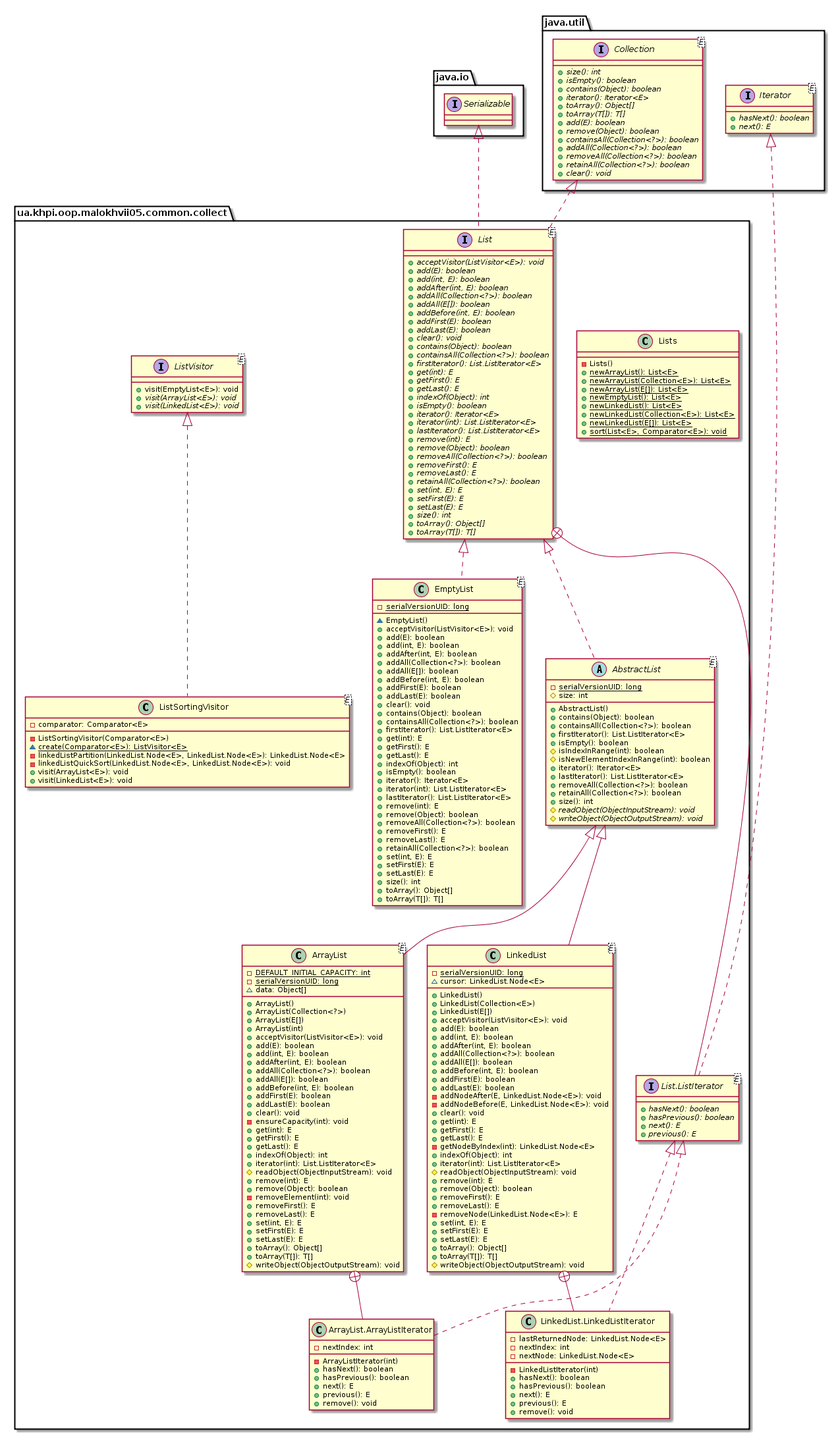
The PlantUML diagram malokhvii-eduard/malokhvii05/doc/plantuml/png/ua.khpi.oop.malokhvii05.common.collect.package.png in P-Kalin/kit26a, before a commit.
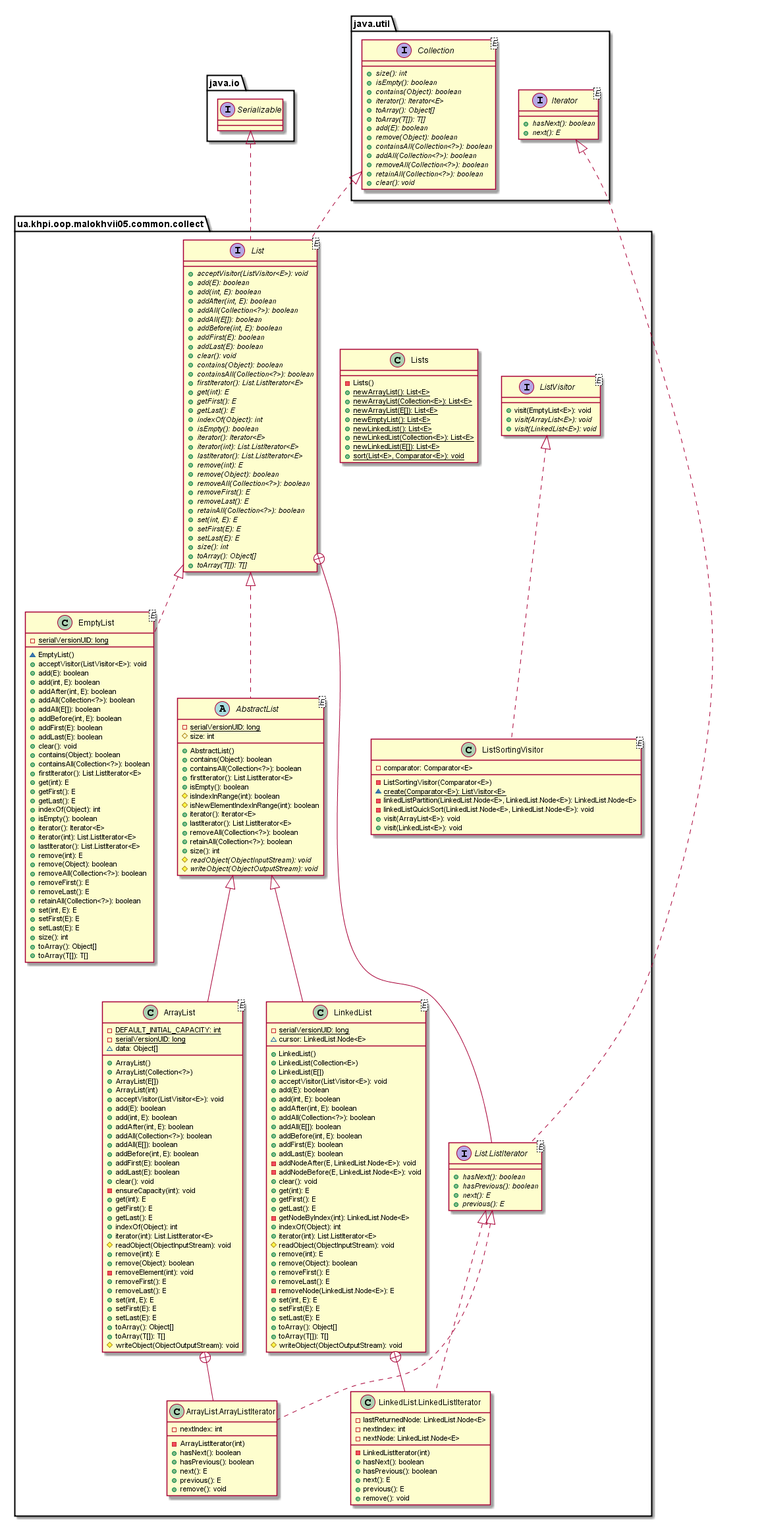
After the change.

What changed in the source:
```diff
@@ -1,6 +1,127 @@
 @startuml
 
     namespace ua.khpi.oop.malokhvii05.common.collect {
+
+        interface ListVisitor<E> {
+            +visit(EmptyList<E>): void
+            {abstract} +visit(ArrayList<E>): void
+            {abstract} +visit(LinkedList<E>): void
+        }
+
+        class ListSortingVisitor<E> {
+            -comparator: Comparator<E>
+            -ListSortingVisitor(Comparator<E>)
+            {static} ~create(Comparator<E>): ListVisitor<E>
+            -linkedListPartition(LinkedList.Node<E>, LinkedList.Node<E>): LinkedList.Node<E>
+            -linkedListQuickSort(LinkedList.Node<E>, LinkedList.Node<E>): void
+            +visit(ArrayList<E>): void
+            +visit(LinkedList<E>): void
+        }
+
+        class Lists {
+            -Lists()
+            {static} +newArrayList(): List<E>
+            {static} +newArrayList(Collection<E>): List<E>
+            {static} +newArrayList(E[]): List<E>
+            {static} +newEmptyList(): List<E>
+            {static} +newLinkedList(): List<E>
+            {static} +newLinkedList(Collection<E>): List<E>
+            {static} +newLinkedList(E[]): List<E>
+            {static} +sort(List<E>, Comparator<E>): void
+        }
+
+        interface List<E> {
+            {abstract} +acceptVisitor(ListVisitor<E>): void
+            {abstract} +add(E): boolean
+            {abstract} +add(int, E): boolean
+            {abstract} +addAfter(int, E): boolean
+            {abstract} +addAll(Collection<?>): boolean
+            {abstract} +addAll(E[]): boolean
+            {abstract} +addBefore(int, E): boolean
+            {abstract} +addFirst(E): boolean
+            {abstract} +addLast(E): boolean
+            {abstract} +clear(): void
+            {abstract} +contains(Object): boolean
+            {abstract} +containsAll(Collection<?>): boolean
+            {abstract} +firstIterator(): List.ListIterator<E>
+            {abstract} +get(int): E
+            {abstract} +getFirst(): E
+            {abstract} +getLast(): E
+            {abstract} +indexOf(Object): int
+            {abstract} +isEmpty(): boolean
+            {abstract} +iterator(): Iterator<E>
+            {abstract} +iterator(int): List.ListIterator<E>
+            {abstract} +lastIterator(): List.ListIterator<E>
+            {abstract} +remove(int): E
+            {abstract} +remove(Object): boolean
+            {abstract} +removeAll(Collection<?>): boolean
+            {abstract} +removeFirst(): E
+            {abstract} +removeLast(): E
+            {abstract} +retainAll(Collection<?>): boolean
+            {abstract} +set(int, E): E
+            {abstract} +setFirst(E): E
+            {abstract} +setLast(E): E
+            {abstract} +size(): int
+            {abstract} +toArray(): Object[]
+            {abstract} +toArray(T[]): T[]
+        }
+
+        interface ua.khpi.oop.malokhvii05.common.collect.List.ListIterator<E> {
+            {abstract} +hasNext(): boolean
+            {abstract} +hasPrevious(): boolean
+            {abstract} +next(): E
+            {abstract} +previous(): E
+        }
+
+        class LinkedList<E> {
+            {static} -serialVersionUID: long
+            ~cursor: LinkedList.Node<E>
+            +LinkedList()
+            +LinkedList(Collection<E>)
+            +LinkedList(E[])
+            +acceptVisitor(ListVisitor<E>): void
+            +add(E): boolean
+            +add(int, E): boolean
+            +addAfter(int, E): boolean
+            +addAll(Collection<?>): boolean
+            +addAll(E[]): boolean
+            +addBefore(int, E): boolean
+            +addFirst(E): boolean
+            +addLast(E): boolean
+            -addNodeAfter(E, LinkedList.Node<E>): void
+            -addNodeBefore(E, LinkedList.Node<E>): void
+            +clear(): void
+            +get(int): E
+            +getFirst(): E
+            +getLast(): E
+            -getNodeByIndex(int): LinkedList.Node<E>
+            +indexOf(Object): int
+            +iterator(int): List.ListIterator<E>
+            #readObject(ObjectInputStream): void
+            +remove(int): E
+            +remove(Object): boolean
+            +removeFirst(): E
+            +removeLast(): E
+            -removeNode(LinkedList.Node<E>): E
+            +set(int, E): E
+            +setFirst(E): E
+            +setLast(E): E
+            +toArray(): Object[]
+            +toArray(T[]): T[]
+            #writeObject(ObjectOutputStream): void
+        }
+
+        class ua.khpi.oop.malokhvii05.common.collect.LinkedList.LinkedListIterator {
+            -lastReturnedNode: LinkedList.Node<E>
+            -nextIndex: int
+            -nextNode: LinkedList.Node<E>
+            -LinkedListIterator(int)
+            +hasNext(): boolean
+            +hasPrevious(): boolean
+            +next(): E
+            +previous(): E
+            +remove(): void
+        }
 
         class EmptyList<E> {
             {static} -serialVersionUID: long
@@ -107,143 +228,6 @@
             {abstract} #writeObject(ObjectOutputStream): void
         }
 
-        class Lists {
-            -Lists()
-            {static} +newArrayList(): List<E>
-            {static} +newArrayList(Collection<E>): List<E>
-            {static} +newArrayList(E[]): List<E>
-            {static} +newEmptyList(): List<E>
-            {static} +newLinkedList(): List<E>
-            {static} +newLinkedList(Collection<E>): List<E>
-            {static} +newLinkedList(E[]): List<E>
-            {static} +sort(List<E>, Comparator<E>): void
-        }
-
-        class LinkedList<E> {
-            {static} -serialVersionUID: long
-            ~cursor: LinkedList.Node<E>
-            +LinkedList()
-            +LinkedList(Collection<E>)
-            +LinkedList(E[])
-            +acceptVisitor(ListVisitor<E>): void
-            +add(E): boolean
-            +add(int, E): boolean
-            +addAfter(int, E): boolean
-            +addAll(Collection<?>): boolean
-            +addAll(E[]): boolean
-            +addBefore(int, E): boolean
-            +addFirst(E): boolean
-            +addLast(E): boolean
-            -addNodeAfter(E, LinkedList.Node<E>): void
-            -addNodeBefore(E, LinkedList.Node<E>): void
-            +clear(): void
-            +get(int): E
-            +getFirst(): E
-            +getLast(): E
-            -getNodeByIndex(int): LinkedList.Node<E>
-            +indexOf(Object): int
-            +iterator(int): List.ListIterator<E>
-            #readObject(ObjectInputStream): void
-            +remove(int): E
-            +remove(Object): boolean
-            +removeFirst(): E
-            +removeLast(): E
-            -removeNode(LinkedList.Node<E>): E
-            +set(int, E): E
-            +setFirst(E): E
-            +setLast(E): E
-            +toArray(): Object[]
-            +toArray(T[]): T[]
-            #writeObject(ObjectOutputStream): void
-        }
-
-        class ua.khpi.oop.malokhvii05.common.collect.LinkedList.LinkedListIterator {
-            -lastReturnedNode: LinkedList.Node<E>
-            -nextIndex: int
-            -nextNode: LinkedList.Node<E>
-            -LinkedListIterator(int)
-            +hasNext(): boolean
-            +hasPrevious(): boolean
-            +next(): E
-            +previous(): E
-            +remove(): void
-        }
-
-        class ListSortingVisitor<E> {
-            -comparator: Comparator<E>
-            -ListSortingVisitor(Comparator<E>)
-            {static} ~create(Comparator<E>): ListVisitor<E>
-            -linkedListPartition(LinkedList.Node<E>, LinkedList.Node<E>): LinkedList.Node<E>
-            -linkedListQuickSort(LinkedList.Node<E>, LinkedList.Node<E>): void
-            +visit(ArrayList<E>): void
-            +visit(LinkedList<E>): void
-        }
-
-        interface List<E> {
-            {abstract} +acceptVisitor(ListVisitor<E>): void
-            {abstract} +add(E): boolean
-            {abstract} +add(int, E): boolean
-            {abstract} +addAfter(int, E): boolean
-            {abstract} +addAll(Collection<?>): boolean
-            {abstract} +addAll(E[]): boolean
-            {abstract} +addBefore(int, E): boolean
-            {abstract} +addFirst(E): boolean
-            {abstract} +addLast(E): boolean
-            {abstract} +clear(): void
-            {abstract} +contains(Object): boolean
-            {abstract} +containsAll(Collection<?>): boolean
-            {abstract} +firstIterator(): List.ListIterator<E>
-            {abstract} +get(int): E
-            {abstract} +getFirst(): E
-            {abstract} +getLast(): E
-            {abstract} +indexOf(Object): int
-            {abstract} +isEmpty(): boolean
-            {abstract} +iterator(): Iterator<E>
-            {abstract} +iterator(int): List.ListIterator<E>
-            {abstract} +lastIterator(): List.ListIterator<E>
-            {abstract} +remove(int): E
-            {abstract} +remove(Object): boolean
-            {abstract} +removeAll(Collection<?>): boolean
-            {abstract} +removeFirst(): E
-            {abstract} +removeLast(): E
-            {abstract} +retainAll(Collection<?>): boolean
-            {abstract} +set(int, E): E
-            {abstract} +setFirst(E): E
-            {abstract} +setLast(E): E
-            {abstract} +size(): int
-            {abstract} +toArray(): Object[]
-            {abstract} +toArray(T[]): T[]
-        }
-
-        interface ua.khpi.oop.malokhvii05.common.collect.List.ListIterator<E> {
-            {abstract} +hasNext(): boolean
-            {abstract} +hasPrevious(): boolean
-            {abstract} +next(): E
-            {abstract} +previous(): E
-        }
-
-        interface ListVisitor<E> {
-            +visit(EmptyList<E>): void
-            {abstract} +visit(ArrayList<E>): void
-            {abstract} +visit(LinkedList<E>): void
-        }
-
-        List <|.. EmptyList
-
-        AbstractList <|-- ArrayList
-
-        ua.khpi.oop.malokhvii05.common.collect.List.ListIterator <|.. ua.khpi.oop.malokhvii05.common.collect.ArrayList.ArrayListIterator
-
-        ArrayList +-- ua.khpi.oop.malokhvii05.common.collect.ArrayList.ArrayListIterator
-
-        List <|.. AbstractList
-
-        AbstractList <|-- LinkedList
-
-        ua.khpi.oop.malokhvii05.common.collect.List.ListIterator <|.. ua.khpi.oop.malokhvii05.common.collect.LinkedList.LinkedListIterator
-
-        LinkedList +-- ua.khpi.oop.malokhvii05.common.collect.LinkedList.LinkedListIterator
-
         ListVisitor <|.. ListSortingVisitor
 
         interface java.util.Collection<E> {
@@ -274,6 +258,22 @@
 
         List +-- ua.khpi.oop.malokhvii05.common.collect.List.ListIterator
 
+        AbstractList <|-- LinkedList
+
+        ua.khpi.oop.malokhvii05.common.collect.List.ListIterator <|.. ua.khpi.oop.malokhvii05.common.collect.LinkedList.LinkedListIterator
+
+        LinkedList +-- ua.khpi.oop.malokhvii05.common.collect.LinkedList.LinkedListIterator
+
+        List <|.. EmptyList
+
+        AbstractList <|-- ArrayList
+
+        ua.khpi.oop.malokhvii05.common.collect.List.ListIterator <|.. ua.khpi.oop.malokhvii05.common.collect.ArrayList.ArrayListIterator
+
+        ArrayList +-- ua.khpi.oop.malokhvii05.common.collect.ArrayList.ArrayListIterator
+
+        List <|.. AbstractList
+
     }
 
 @enduml
```
